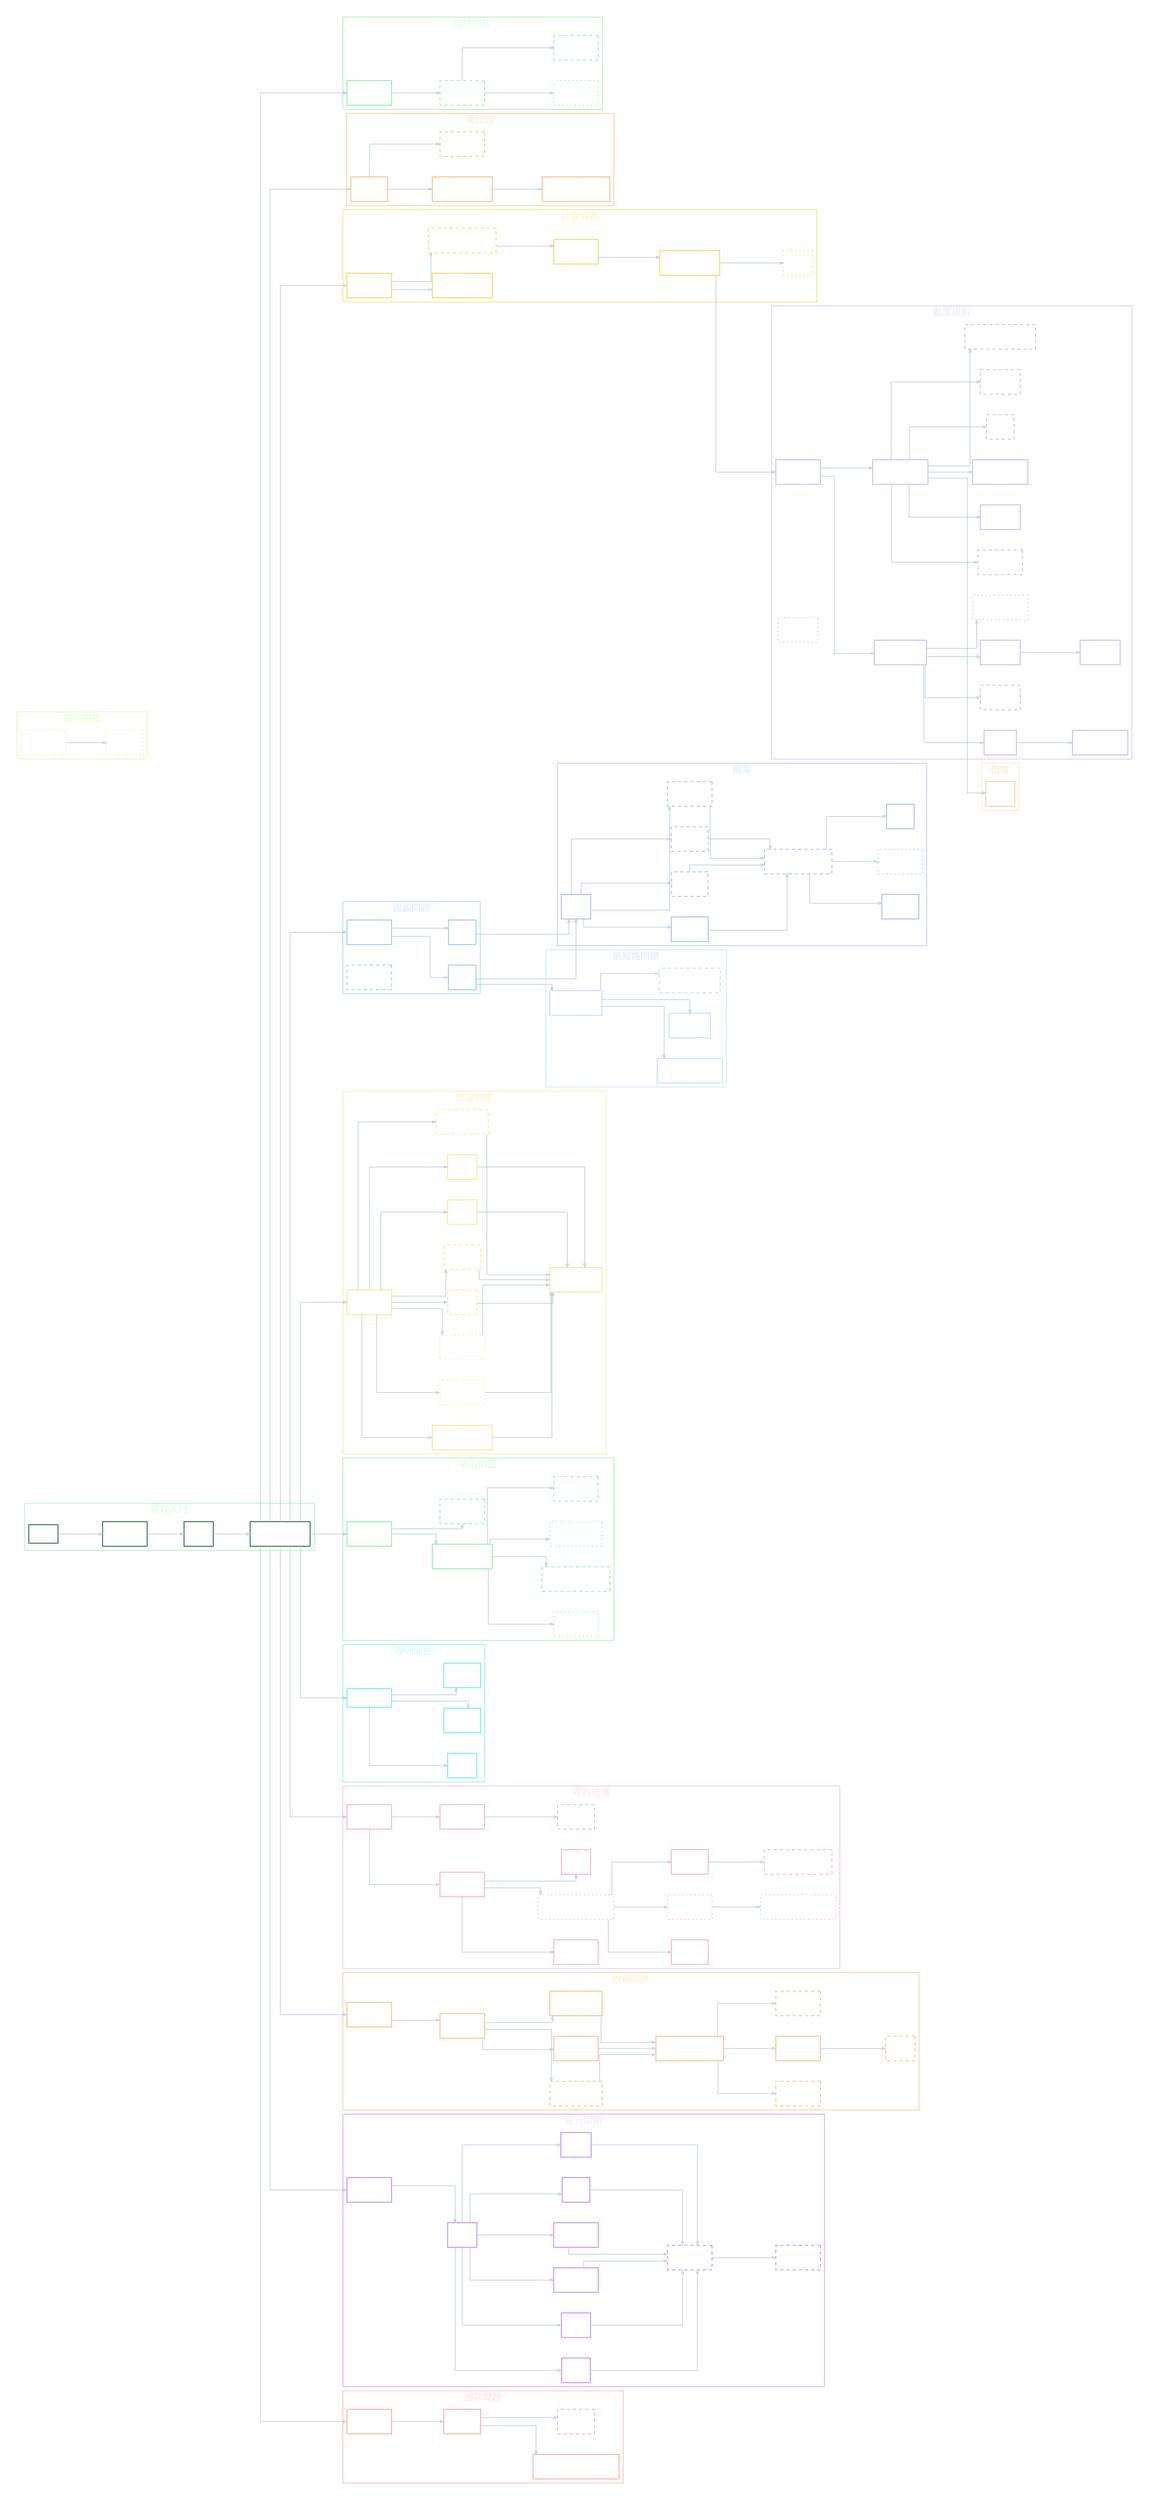
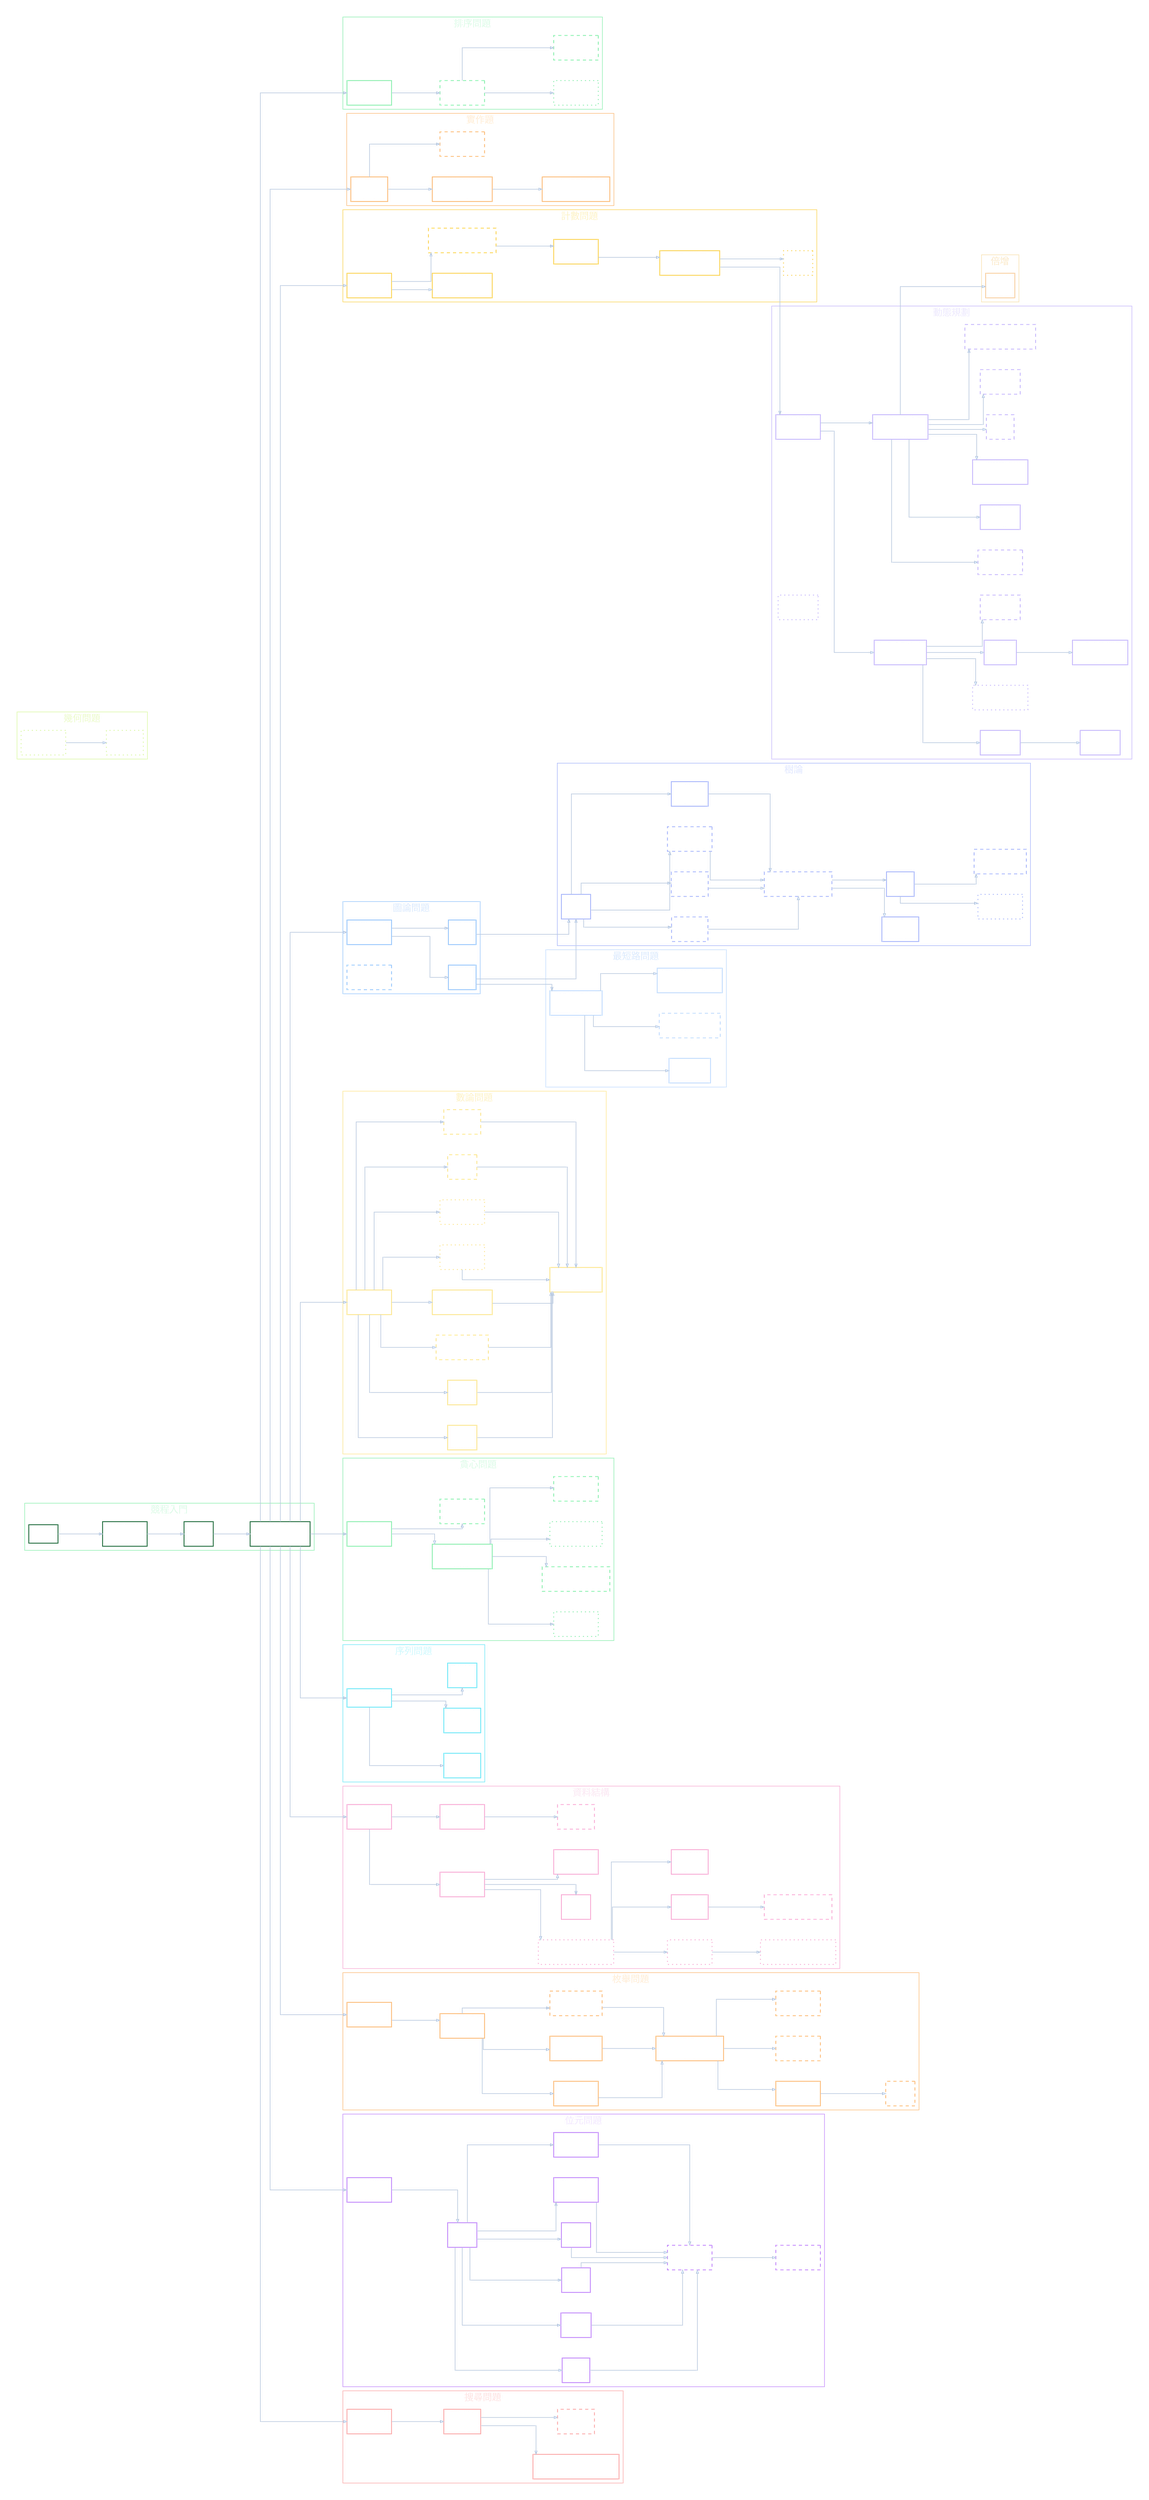
digraph CompetitiveProgrammingSkillTree {
  graph [
    rankdir=LR,
    bgcolor="transparent",
    splines=ortho,
    nodesep=0.55,
    ranksep=1.0,
    pad=0.35,
    compound=true
  ];

  node [
    shape=rect,
    style=filled,
    fontname="Microsoft JhengHei",
    fontsize=15,
    margin="0.18,0.10",
    penwidth=1.6,
    color="#7A8A99",
    fontcolor="#ffffff"
  ];

  edge [
    color="#bacae0",
    arrowsize=0.65,
    penwidth=1.2
  ];

  subgraph cluster_cp_entry {
    label="競程入門";
    color="#86efac";
    fillcolor="#052e16";
    fontname="Microsoft JhengHei";
    fontcolor="#dcfce7";
    fontsize=18;

    node [fillcolor="transparent", color="#166534"]
    root1 [label="競程"];
    core1 [label="基礎語法\n[✪]"];
    core2 [label="陣列\n[✪]"];
    core3 [label="基礎 STL 工具\n[✪]"];
  }

  subgraph cluster_sort {
    label="排序問題";
    color="#86efac";
    fillcolor="#052e16";
    fontname="Microsoft JhengHei";
    fontcolor="#dcfce7";
    fontsize=18;

    node [fillcolor="transparent", color="#86efac"];
    sort1 [label="排序問題\n[✔]"];
    sort2 [label="交換問題\n[!?]", style="dashed"];
    sort3 [label="拓撲排序\n[?]", style="dotted"];
    sort4 [label="單調隊列\n[!?]", style="dashed"];
  }

  subgraph cluster_impl {
    label="實作題";
    color="#fdba74";
    fillcolor="#431407";
    fontname="Microsoft JhengHei";
    fontcolor="#ffedd5";
    fontsize=18;

    node [fillcolor="transparent", color="#fdba74"];
    impl1 [label="實作題\n[✔]"];
    impl2 [label="二維地圖實作\n[✔]"];
    impl3 [label="字串問題\n[!?]", style="dashed"];
    impl4 [label="六邊形地圖實作\n[✔]"]
  }

  impl2 -> impl4;

  subgraph cluster_count {
    label="計數問題";
    color="#fcd34d";
    fillcolor="#422006";
    fontname="Microsoft JhengHei";
    fontcolor="#fef3c7";
    fontsize=18;

    node [fillcolor="transparent", color="#fcd34d"];
    count1 [label="計數問題\n[✔]"];
    count4 [label="微掃描線問題\n[✔]"];
    count2 [label="等價類計數問題\n[!?]", style="dashed"];
    count3 [label="排容原理\n[✔]"];
    count5 [label="拆分子問題法\n[✔]"];
    div1 [label="分治\n[?]", style="dotted"];
  }

  count1 -> count4;

  subgraph cluster_dp {
    label="動態規劃";
    color="#c4b5fd";
    fillcolor="#2e1065";
    fontname="Microsoft JhengHei";
    fontcolor="#ede9fe";
    fontsize=18;

    node [fillcolor="transparent", color="#c4b5fd"];
    dp1 [label="動態規劃\n[✔]"];
    dp2 [label="背包問題\n[!?]", style="dashed"];
    dp3 [label="分段 dp\n[✔]"];
    dp4 [label="二維地圖 dp\n[✔]"];
    dp5 [label="區間 dp\n[✔]"];
    dp6 [label="賽局 dp\n[✔]"];
    dp7 [label="狀態壓縮 dp\n[?]", style="dotted"];
    dp8 [label="記憶化搜索\n[✔]"];
    dp9 [label="LCS\n[!?]", style="dashed"];
    dp10 [label="環狀 dp\n[!?]", style="dashed"];
    dp11 [label="樹 dp\n[✔]"];
    dp12 [label="子樹合併 dp\n[✔]"];
    dp13 [label="有權區間排程 dp\n[!?]", style="dashed"];
    dp14 [label="數位 dp\n[!?]", style="dashed"];
    dp15 [label="dp 狀態設計\n[✔]"];
    dp16 [label="dp 優化\n[?]", style="dotted"];
  }

  dp1 -> dp8;
  dp1 -> dp15;
  dp8 -> dp11;
  dp8 -> dp14;
  dp8 -> dp5;
  dp8 -> dp7;
  dp15 -> dp2;
  dp15 -> dp3;
  dp15 -> dp4;
  dp15 -> dp9;
  dp15 -> dp10;
  dp15 -> dp13;
  dp5 -> dp6;
  dp11 -> dp12;

  subgraph cluster_graph {
    label="圖論問題";
    color="#93c5fd";
    fillcolor="#172554";
    fontname="Microsoft JhengHei";
    fontcolor="#dbeafe";
    fontsize=18;

    node [fillcolor="transparent", color="#93c5fd"];
    g1 [label="圖論問題\n[✔]"];
    g2 [label="BFS\n[✔]"];
    g3 [label="DFS\n[✔]"];
    g4 [label="圖論建模\n[!?]", style="dashed"];
  }

  subgraph cluster_shortest_path {
    label="最短路問題";
    color="#bfdbfe";
    fillcolor="#1e3a8a";
    fontname="Microsoft JhengHei";
    fontcolor="#dbeafe";
    fontsize=18;

    node [fillcolor="transparent", color="#bfdbfe"];
    sp1 [label="最短路問題\n[✔]"];
    sp2 [label="Dijkstra\n[✔]"];
    sp3 [label="Bellman Ford\n[!?]", style="dashed"];
    sp4 [label="Floyd Warshall\n[✔]"];
  }

  subgraph cluster_tree {
    label="樹論";
    color="#a5b4fc";
    fillcolor="#312e81";
    fontname="Microsoft JhengHei";
    fontcolor="#e0e7ff";
    fontsize=18;

    node [fillcolor="transparent", color="#a5b4fc"];
    tree1 [label="樹論\n[✔]"];
    tree2 [label="BFS 樹\n[!?]", style="dashed"];
    tree3 [label="DFS 樹\n[!?]", style="dashed"];
    tree4 [label="前中後序\n[!?]", style="dashed"];
    tree5 [label="二分樹\n[✔]"];
    tree6 [label="更難的樹論問題\n[!?]", style="dashed"];
    tree7 [label="樹壓平\n[✔]"];
    tree8 [label="樹上差分\n[?]", style="dotted"];
    tree9 [label="LCA\n[✔]"];
-   }
+     tree10 [label="樹上前綴和\n[!?]", style="dashed"]
+   }
+ 
+   tree9 -> tree8;
+   tree9 -> tree10;

  subgraph cluster_number {
    label="數論問題";
    color="#fde68a";
    fillcolor="#451a03";
    fontname="Microsoft JhengHei";
    fontcolor="#fef3c7";
    fontsize=18;

    node [fillcolor="transparent", color="#fde68a"];
    num1 [label="數論問題\n[✔]"];
    num2 [label="取餘\n[✔]"];
    num3 [label="篩法\n[✔]"];
    num4 [label="質因數分解\n[!?]", style="dashed"];
    num5 [label="因數倍數問題\n[✔]"];
    num6 [label="進制系統\n[?]", style="dotted"];
    num7 [label="大數運算\n[?]", style="dotted"];
    num8 [label="機率\n[!?]", style="dashed"];
    num9 [label="期望值\n[!?]", style="dashed"];
    math1 [label="數學式化簡\n[✔]"];
  }

  num1 -> num8;
  num1 -> num9;
  num8 -> math1;
  num9 -> math1;

  subgraph cluster_greedy {
    label="貪心問題";
    color="#86efac";
    fillcolor="#052e16";
    fontname="Microsoft JhengHei";
    fontcolor="#dcfce7";
    fontsize=18;

    node [fillcolor="transparent", color="#86efac"];
    gr1 [label="貪心問題\n[✔]"];
    gr2 [label="貪心基本思維\n[✔]"];
    gr3 [label="貪心證明\n[!?]", style="dashed"];
    gr4 [label="區間貪心\n[?]", style="dotted"];
    gr5 [label="構造上下界問題\n[!?]", style="dashed"];
    gr6 [label="子序列貪心\n[?]", style="dotted"];
    gr7 [label="配對問題\n[!?]", style="dashed"];
  }

  subgraph cluster_sequence {
    label="序列問題";
    color="#67e8f9";
    fillcolor="#164e63";
    fontname="Microsoft JhengHei";
    fontcolor="#cffafe";
    fontsize=18;

    node [fillcolor="transparent", color="#67e8f9"];
    seq1 [label="序列問題"];
    seq2 [label="雙指標\n[✔]"];
    seq3 [label="前綴和\n[✔]"];
    seq4 [label="差分\n[✔]"];
  }

  subgraph cluster_ds {
    label="資料結構";
    color="#f9a8d4";
    fillcolor="#500724";
    fontname="Microsoft JhengHei";
    fontcolor="#fce7f3";
    fontsize=18;

    node [fillcolor="transparent", color="#f9a8d4"];
    ds1 [label="資料結構\n[✔]"];
    ds2 [label="序列容器\n[✔]"];
    ds3 [label="關聯容器\n[✔]"];
    ds4 [label="哈希表\n[!?]", style="dashed"];
    ds5 [label="更複雜的資料結構\n[?]", style="dotted"];
    ds6 [label="樹狀陣列\n[?]", style="dotted"];
    ds7 [label="稀疏表\n[✔]"];
    ds8 [label="線段樹\n[✔]"];
    ds9 [label="樹狀陣列上二分搜\n[?]", style="dotted"];
    ds10 [label="稀疏表上二分搜\n[!?]", style="dashed"];
    ds11 [label="堆疊\n[✔]"];
    ds12 [label="優先序列\n[✔]"];
  }

  ds2 -> ds11;
  ds2 -> ds12;

  subgraph cluster_enum {
    label="枚舉問題";
    color="#fdba74";
    fillcolor="#431407";
    fontname="Microsoft JhengHei";
    fontcolor="#ffedd5";
    fontsize=18;

    node [fillcolor="transparent", color="#fdba74"];
    enum1 [label="枚舉問題\n[✔]"];
    enum2 [label="暴力枚舉\n[✔]"];
    enum3 [label="二元枚舉\n[✔]"];
    enum4 [label="全排列枚舉\n[✔]"];
    enum5 [label="聰明的枚舉\n[!?]", style="dashed"];
    enum6 [label="更難的枚舉問題\n[✔]"];
    enum7 [label="遞迴枚舉\n[✔]"];
    enum8 [label="折半枚舉\n[!?]", style="dashed"];
    enum9 [label="剪枝\n[!?]", style="dashed"];
    enum10 [label="枚舉倍數\n[!?]", style="dashed"];
  }

  subgraph cluster_bit {
    label="位元問題";
    color="#c084fc";
    fillcolor="#3b0764";
    fontname="Microsoft JhengHei";
    fontcolor="#f3e8ff";
    fontsize=18;

    node [fillcolor="transparent", color="#c084fc"];
    bit1 [label="位元問題\n[✔]"];
    bit2 [label="位元\n[✔]"];
    bit3 [label="OR\n[✔]"];
    bit4 [label="AND\n[✔]"];
    bit5 [label="XOR\n[✔]"];
    bit6 [label="NOT\n[✔]"];
    bit7 [label="位元左移\n[✔]"];
    bit8 [label="位元右移\n[✔]"];
    bit9 [label="位元函式\n[!?]", style="dashed"];
    bit10 [label="狀態壓縮\n[!?]", style="dashed"];
  }

  subgraph cluster_search {
    label="搜尋問題";
    color="#fca5a5";
    fillcolor="#450a0a";
    fontname="Microsoft JhengHei";
    fontcolor="#fee2e2";
    fontsize=18;

    node [fillcolor="transparent", color="#fca5a5"];
    search1 [label="搜尋問題\n[✔]"];
    search2 [label="二分搜\n[✔]"];
    search3 [label="lower / upper bound\n[✔]"];
    search4 [label="三分搜\n[!?]", style="dashed"];
  }

  subgraph cluster_geometry {
    label="幾何問題";
    color="#d9f99d";
    fillcolor="#1a2e05";
    fontname="Microsoft JhengHei";
    fontcolor="#ecfccb";
    fontsize=18;

    node [fillcolor="transparent", color="#d9f99d"];
    geo1 [label="幾何問題\n[?]", style="dotted"];
    geo2 [label="掃描線\n[?]", style="dotted"];
  }

  geo1 -> geo2;

  subgraph cluster_binary_lifting {
    label="倍增";
    color="#f9dc9ddc";
    fontname="Microsoft JhengHei";
    fontsize=18;
    fontcolor="#fceacb";

    node [fillcolor="transparent", color="#f9ce9d"];
    bl1 [label="倍增\n[✔]"];
  }

  dp15 -> bl1;

  root1 -> core1;
  core1 -> core2;
  core2 -> core3;

  core3 -> sort1;
  core3 -> impl1;
  core3 -> count1;
  core3 -> g1;
  core3 -> num1;
  core3 -> gr1;
  core3 -> seq1;
  core3 -> ds1;
  core3 -> enum1;
  core3 -> bit1;
  core3 -> search1;

  sort1 -> sort2;
  sort2 -> sort3;
  sort2 -> sort4;

  impl1 -> impl2;
  impl1 -> impl3;

  count1 -> count2;
  count2 -> count3;
  count3 -> count5;
  count5 -> dp1;
  count5 -> div1;

  g1 -> g2;
  g1 -> g3;
  g2 -> sp1;
  g2 -> tree1;
  g3 -> tree1;

  sp1 -> sp2;
  sp1 -> sp3;
  sp1 -> sp4;

  tree1 -> tree2;
  tree1 -> tree3;
  tree1 -> tree4;
  tree1 -> tree5;
  tree2 -> tree6;
  tree3 -> tree6;
  tree4 -> tree6;
  tree5 -> tree6;
  tree6 -> tree7;
-   tree6 -> tree8;
  tree6 -> tree9;

  num1 -> num2;
  num1 -> num3;
  num1 -> num4;
  num1 -> num5;
  num1 -> num6;
  num1 -> num7;
  num2 -> math1;
  num3 -> math1;
  num4 -> math1;
  num5 -> math1;
  num6 -> math1;
  num7 -> math1;

  gr1 -> gr2;
  gr1 -> gr3;
  gr2 -> gr4;
  gr2 -> gr5;
  gr2 -> gr6;
  gr2 -> gr7;

  seq1 -> seq2;
  seq1 -> seq3;
  seq1 -> seq4;

  ds1 -> ds2;
  ds1 -> ds3;
  ds2 -> ds5;
  ds3 -> ds4;
  ds5 -> ds6;
  ds5 -> ds7;
  ds5 -> ds8;
  ds6 -> ds9;
  ds7 -> ds10;

  enum1 -> enum2;
  enum2 -> enum3;
  enum2 -> enum4;
  enum2 -> enum5;
  enum3 -> enum6;
  enum4 -> enum6;
  enum5 -> enum6;
  enum6 -> enum7;
  enum6 -> enum8;
  enum6 -> enum10;
  enum7 -> enum9;

  bit1 -> bit2;
  bit2 -> bit3;
  bit2 -> bit4;
  bit2 -> bit5;
  bit2 -> bit6;
  bit2 -> bit7;
  bit2 -> bit8;
  bit3 -> bit9;
  bit4 -> bit9;
  bit5 -> bit9;
  bit6 -> bit9;
  bit7 -> bit9;
  bit8 -> bit9;
  bit9 -> bit10;

  search1 -> search2;
  search2 -> search3;
  search2 -> search4;
}
